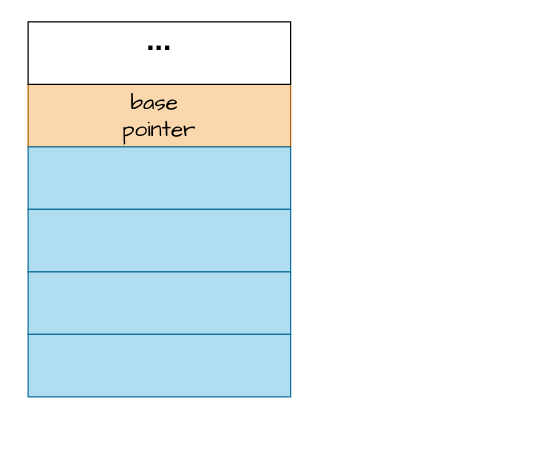
Earlier version of the draw.io diagram go/go 内存.drawio (LanSeTianYe/draw). Source tidied: cells renumbered, new cells numbered last; positions are measured from the earlier drawing's top-left corner, leaving out a move shared by most shapes. Both pictures are drawn from the tidied source at 125%, with x=0, y=0 at pixel (28, 21).
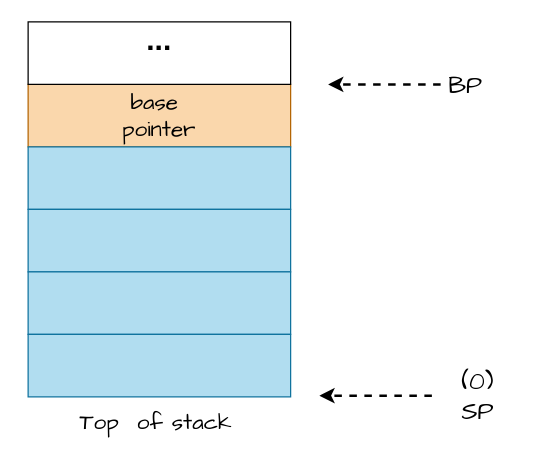
Above is the later version.

The edit, as a diff of the source:
```diff
@@
 <mxGraphModel>
   <root>
     <mxCell id="0" />
     <mxCell id="1" parent="0" />
     <mxCell id="2" value="&lt;font style=&quot;font-size: 18px;&quot;&gt;&lt;font style=&quot;&quot;&gt;base&amp;nbsp;&lt;/font&gt;&lt;/font&gt;&lt;div&gt;&lt;font style=&quot;font-size: 18px;&quot;&gt;&lt;span style=&quot;background-color: initial;&quot;&gt;pointer&lt;/span&gt;&lt;/font&gt;&lt;/div&gt;" style="rounded=0;whiteSpace=wrap;html=1;hachureGap=4;fontFamily=Comic Sans MS;fillColor=#fad7ac;strokeColor=#b46504;" parent="1" vertex="1">
       <mxGeometry y="50" width="210" height="50" as="geometry" />
     </mxCell>
     <mxCell id="3" style="rounded=0;whiteSpace=wrap;html=1;hachureGap=4;fontFamily=Comic Sans MS;" parent="1" vertex="1">
       <mxGeometry width="210" height="50" as="geometry" />
     </mxCell>
     <mxCell id="4" style="rounded=0;whiteSpace=wrap;html=1;hachureGap=4;fontFamily=Comic Sans MS;fillColor=#b1ddf0;strokeColor=#10739e;" parent="1" vertex="1">
       <mxGeometry y="100" width="210" height="50" as="geometry" />
     </mxCell>
     <mxCell id="5" style="rounded=0;whiteSpace=wrap;html=1;hachureGap=4;fontFamily=Comic Sans MS;fillColor=#b1ddf0;strokeColor=#10739e;" parent="1" vertex="1">
       <mxGeometry y="150" width="210" height="50" as="geometry" />
     </mxCell>
     <mxCell id="6" style="rounded=0;whiteSpace=wrap;html=1;hachureGap=4;fontFamily=Comic Sans MS;fillColor=#b1ddf0;strokeColor=#10739e;" parent="1" vertex="1">
       <mxGeometry y="200" width="210" height="50" as="geometry" />
     </mxCell>
     <mxCell id="7" style="rounded=0;whiteSpace=wrap;html=1;fillColor=#b1ddf0;strokeColor=#10739e;" parent="1" vertex="1">
       <mxGeometry y="250" width="210" height="50" as="geometry" />
     </mxCell>
     <mxCell id="8" value="&lt;b&gt;&lt;font style=&quot;font-size: 24px;&quot;&gt;...&lt;/font&gt;&lt;/b&gt;" style="text;html=1;align=center;verticalAlign=middle;whiteSpace=wrap;rounded=0;" parent="1" vertex="1">
       <mxGeometry x="75" width="60" height="30" as="geometry" />
     </mxCell>
+    <mxCell id="9" style="endArrow=classic;html=1;dashed=1;strokeWidth=2;" parent="1" edge="1">
+      <mxGeometry relative="1" as="geometry">
+        <mxPoint x="330" y="50" as="sourcePoint" />
+        <mxPoint x="240" y="50" as="targetPoint" />
+      </mxGeometry>
+    </mxCell>
+    <mxCell id="10" value="&lt;font style=&quot;font-size: 20px;&quot; face=&quot;Comic Sans MS&quot;&gt;BP&lt;/font&gt;" style="text;html=1;align=center;verticalAlign=middle;whiteSpace=wrap;rounded=0;" parent="1" vertex="1">
+      <mxGeometry x="320" y="35" width="60" height="30" as="geometry" />
+    </mxCell>
+    <mxCell id="11" value="&lt;font style=&quot;font-size: 18px;&quot; face=&quot;Comic Sans MS&quot;&gt;Top&amp;nbsp; of stack&lt;/font&gt;" style="text;html=1;align=center;verticalAlign=middle;whiteSpace=wrap;rounded=0;" parent="1" vertex="1">
+      <mxGeometry x="-5" y="310" width="215" height="20" as="geometry" />
+    </mxCell>
+    <mxCell id="12" style="endArrow=classic;html=1;dashed=1;strokeWidth=2;" parent="1" edge="1">
+      <mxGeometry relative="1" as="geometry">
+        <mxPoint x="323" y="299" as="sourcePoint" />
+        <mxPoint x="233" y="299" as="targetPoint" />
+      </mxGeometry>
+    </mxCell>
+    <mxCell id="13" value="&lt;font face=&quot;Comic Sans MS&quot;&gt;&lt;span style=&quot;font-size: 20px;&quot;&gt;(0) SP&lt;/span&gt;&lt;/font&gt;" style="text;html=1;align=center;verticalAlign=middle;whiteSpace=wrap;rounded=0;" parent="1" vertex="1">
+      <mxGeometry x="330" y="284" width="60" height="30" as="geometry" />
+    </mxCell>
   </root>
 </mxGraphModel>
```
